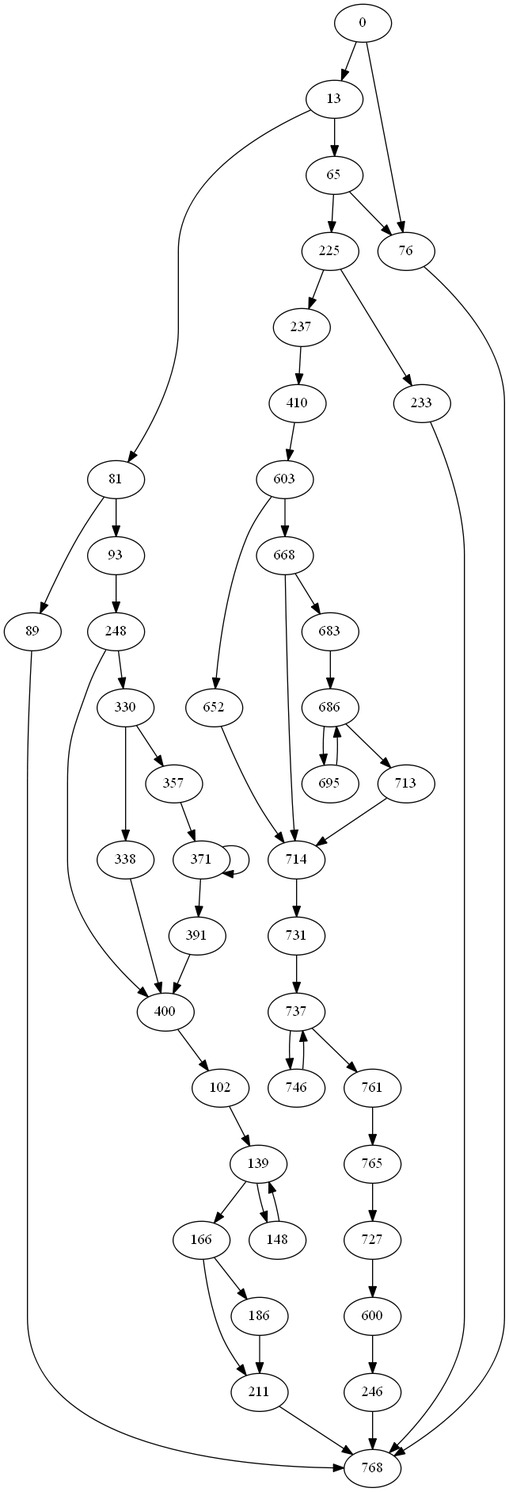
This is iEvmOpt/Cfg/CfgOutput/test12_graph.png from Michael-LiangAnze/iEvmOpt, a Graphviz export, as it was before one commit. Its source is kept beside it as iEvmOpt/Cfg/CfgOutput/test12_graph.gv. Its diagram source:
```dot
digraph {
	0 [label=0]
	13 [label=13]
	65 [label=65]
	76 [label=76]
	81 [label=81]
	89 [label=89]
	93 [label=93]
	102 [label=102]
	139 [label=139]
	148 [label=148]
	166 [label=166]
	186 [label=186]
	211 [label=211]
	225 [label=225]
	233 [label=233]
	237 [label=237]
	246 [label=246]
	248 [label=248]
	330 [label=330]
	338 [label=338]
	357 [label=357]
	371 [label=371]
	391 [label=391]
	400 [label=400]
	410 [label=410]
	600 [label=600]
	603 [label=603]
	652 [label=652]
	668 [label=668]
	683 [label=683]
	686 [label=686]
	695 [label=695]
	713 [label=713]
	714 [label=714]
	727 [label=727]
	731 [label=731]
	737 [label=737]
	746 [label=746]
	761 [label=761]
	765 [label=765]
	768 [label=768]
	0 -> 76
	0 -> 13
	13 -> 81
	13 -> 65
	65 -> 225
	65 -> 76
	76 -> 768
	81 -> 89
	81 -> 93
	89 -> 768
	93 -> 248
	102 -> 139
	139 -> 148
	139 -> 166
	148 -> 139
	166 -> 186
	166 -> 211
	186 -> 211
	211 -> 768
	225 -> 233
	225 -> 237
	233 -> 768
	237 -> 410
	246 -> 768
	248 -> 400
	248 -> 330
	330 -> 338
	330 -> 357
	338 -> 400
	357 -> 371
	371 -> 371
	371 -> 391
	391 -> 400
	400 -> 102
	410 -> 603
	600 -> 246
	603 -> 668
	603 -> 652
	652 -> 714
	668 -> 714
	668 -> 683
	683 -> 686
	686 -> 713
	686 -> 695
	695 -> 686
	713 -> 714
	714 -> 731
	727 -> 600
	731 -> 737
	737 -> 761
	737 -> 746
	746 -> 737
	761 -> 765
	765 -> 727
}
```
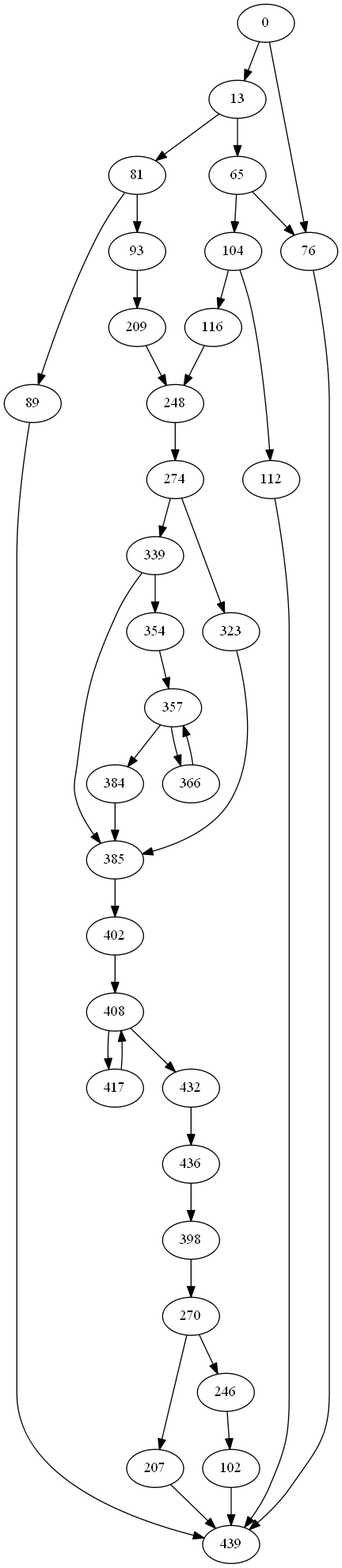
After the change.

Change to the diagram source:
```diff
@@ -7,91 +7,67 @@
 	89 [label=89]
 	93 [label=93]
 	102 [label=102]
-	139 [label=139]
-	148 [label=148]
-	166 [label=166]
-	186 [label=186]
-	211 [label=211]
-	225 [label=225]
-	233 [label=233]
-	237 [label=237]
+	104 [label=104]
+	112 [label=112]
+	116 [label=116]
+	207 [label=207]
+	209 [label=209]
 	246 [label=246]
 	248 [label=248]
-	330 [label=330]
-	338 [label=338]
+	270 [label=270]
+	274 [label=274]
+	323 [label=323]
+	339 [label=339]
+	354 [label=354]
 	357 [label=357]
-	371 [label=371]
-	391 [label=391]
-	400 [label=400]
-	410 [label=410]
-	600 [label=600]
-	603 [label=603]
-	652 [label=652]
-	668 [label=668]
-	683 [label=683]
-	686 [label=686]
-	695 [label=695]
-	713 [label=713]
-	714 [label=714]
-	727 [label=727]
-	731 [label=731]
-	737 [label=737]
-	746 [label=746]
-	761 [label=761]
-	765 [label=765]
-	768 [label=768]
+	366 [label=366]
+	384 [label=384]
+	385 [label=385]
+	398 [label=398]
+	402 [label=402]
+	408 [label=408]
+	417 [label=417]
+	432 [label=432]
+	436 [label=436]
+	439 [label=439]
 	0 -> 76
 	0 -> 13
 	13 -> 81
 	13 -> 65
-	65 -> 225
+	65 -> 104
 	65 -> 76
-	76 -> 768
+	76 -> 439
 	81 -> 89
 	81 -> 93
-	89 -> 768
-	93 -> 248
-	102 -> 139
-	139 -> 148
-	139 -> 166
-	148 -> 139
-	166 -> 186
-	166 -> 211
-	186 -> 211
-	211 -> 768
-	225 -> 233
-	225 -> 237
-	233 -> 768
-	237 -> 410
-	246 -> 768
-	248 -> 400
-	248 -> 330
-	330 -> 338
-	330 -> 357
-	338 -> 400
-	357 -> 371
-	371 -> 371
-	371 -> 391
-	391 -> 400
-	400 -> 102
-	410 -> 603
-	600 -> 246
-	603 -> 668
-	603 -> 652
-	652 -> 714
-	668 -> 714
-	668 -> 683
-	683 -> 686
-	686 -> 713
-	686 -> 695
-	695 -> 686
-	713 -> 714
-	714 -> 731
-	727 -> 600
-	731 -> 737
-	737 -> 761
-	737 -> 746
-	746 -> 737
-	761 -> 765
-	765 -> 727
+	89 -> 439
+	93 -> 209
+	102 -> 439
+	104 -> 112
+	104 -> 116
+	112 -> 439
+	116 -> 248
+	207 -> 439
+	209 -> 248
+	246 -> 102
+	248 -> 274
+	270 -> 246
+	270 -> 207
+	274 -> 339
+	274 -> 323
+	323 -> 385
+	339 -> 385
+	339 -> 354
+	354 -> 357
+	357 -> 384
+	357 -> 366
+	366 -> 357
+	384 -> 385
+	385 -> 402
+	398 -> 270
+	402 -> 408
+	408 -> 432
+	408 -> 417
+	417 -> 408
+	432 -> 436
+	436 -> 398
 }
```
